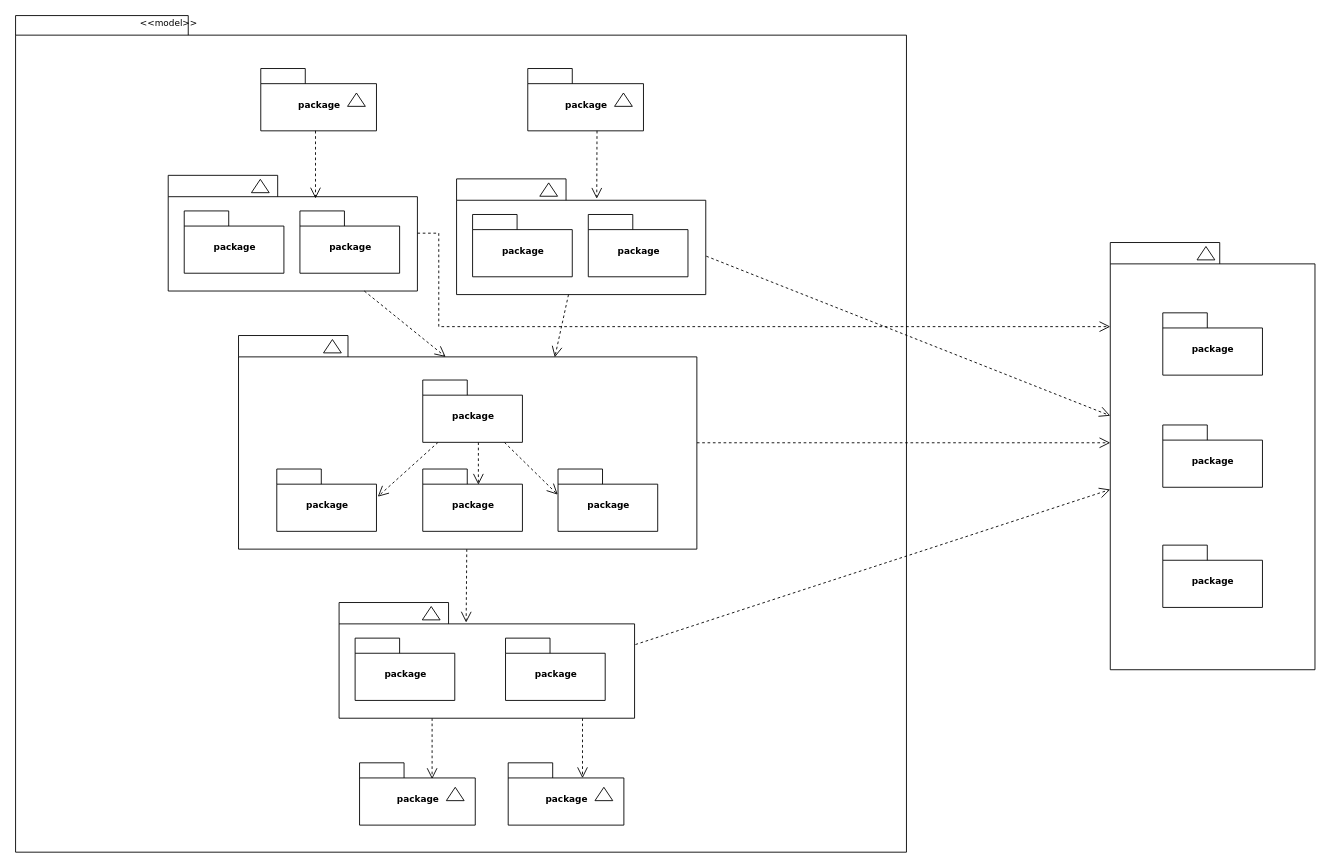
ldqanh1408/gugugaga keeps this draw.io diagram as page "User" (1 of 2) of Biểu đồ không có tiêu đề.drawio. Above is the earlier version. Source tidied: cells renumbered, new cells numbered last; positions are measured from the earlier drawing's top-left corner, leaving out a move shared by most shapes. Both pictures are drawn from the tidied source at 89%, with x=0, y=0 at pixel (15, 14).
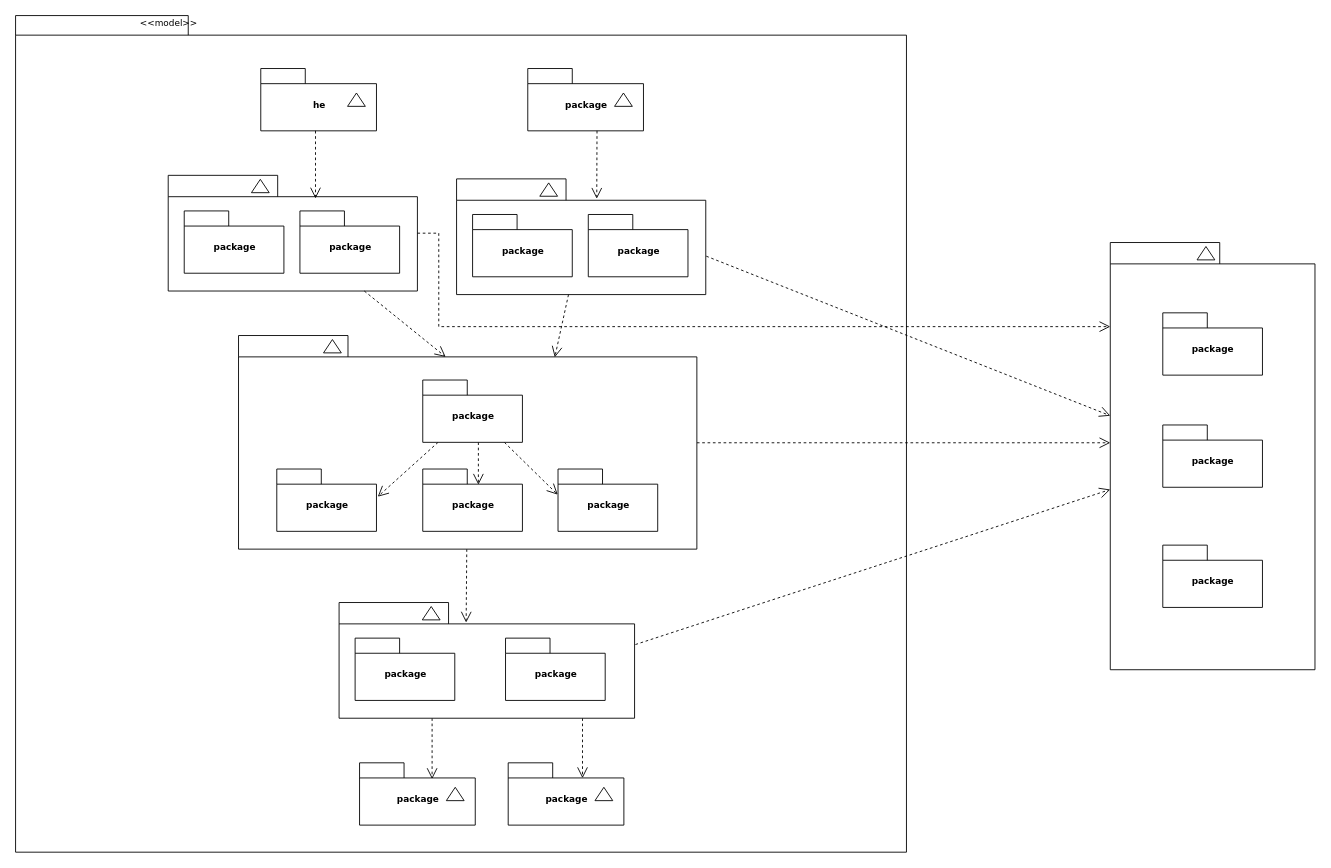
The same page after the edit.

Commit message:
Cập nhật Biểu đồ không có tiêu đề.drawio

The change refers to these unchanged cells:
```xml
<mxCell id="3" style="group;" parent="1" vertex="1">
  <mxGeometry x="275.5" y="60.5" width="130" height="70" as="geometry" />
</mxCell>
```

Diff of the diagram source:
```diff
@@
-    <mxCell id="4" value="package" style="shape=folder;fontStyle=1;spacingTop=10;tabWidth=50;tabHeight=17;tabPosition=left;html=1;rounded=0;shadow=0;comic=0;labelBackgroundColor=none;strokeWidth=1;fontFamily=Verdana;fontSize=10;align=center;" parent="3" vertex="1">
+    <mxCell id="4" value="he" style="shape=folder;fontStyle=1;spacingTop=10;tabWidth=50;tabHeight=17;tabPosition=left;html=1;rounded=0;shadow=0;comic=0;labelBackgroundColor=none;strokeWidth=1;fontFamily=Verdana;fontSize=10;align=center;" parent="3" vertex="1">
       <mxGeometry width="130" height="70" as="geometry" />
     </mxCell>
```
